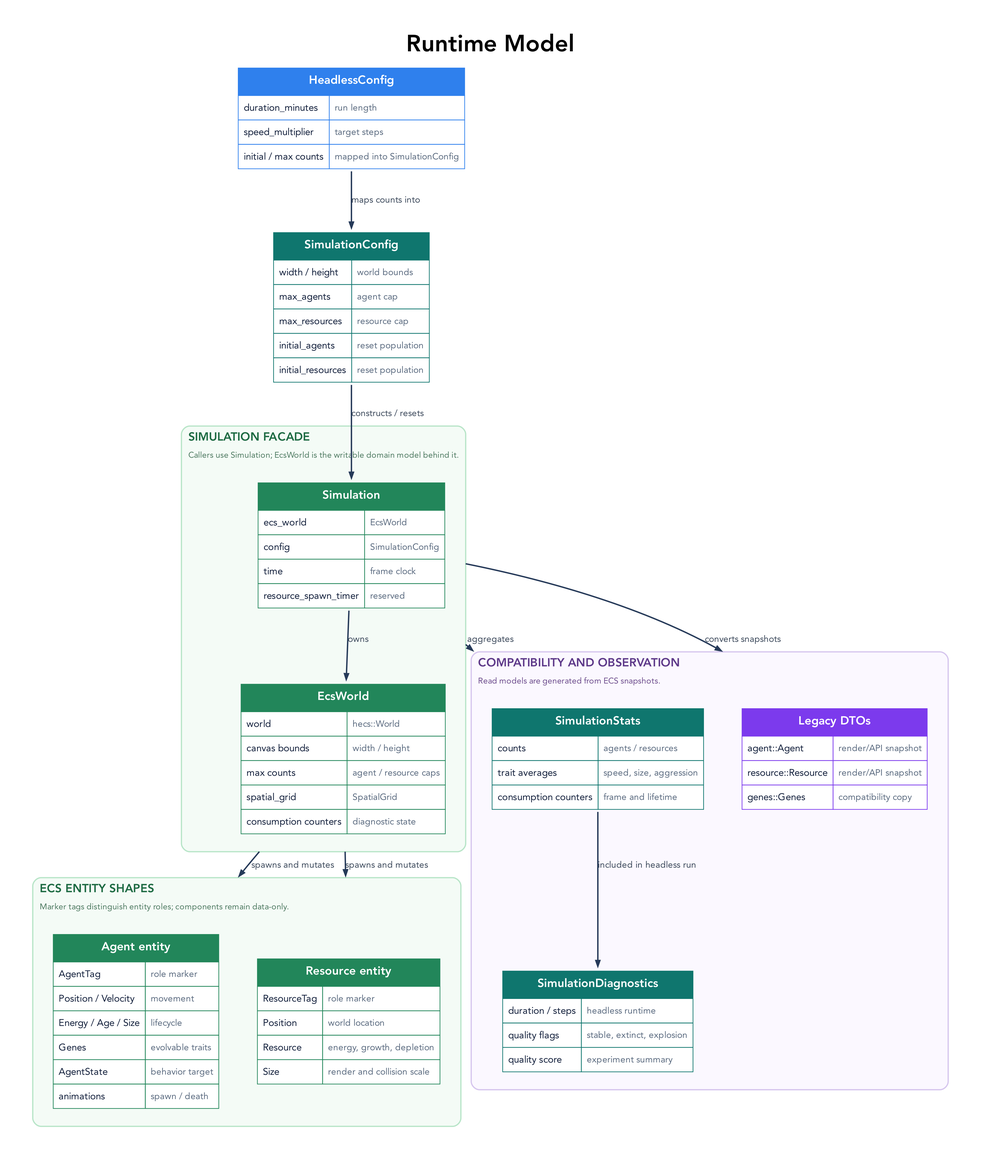
tre-systems/evo-1 keeps this Graphviz diagram as docs/diagrams/runtime-model.png. Above is the earlier version. Its source is kept beside it as docs/diagrams/runtime-model.dot.
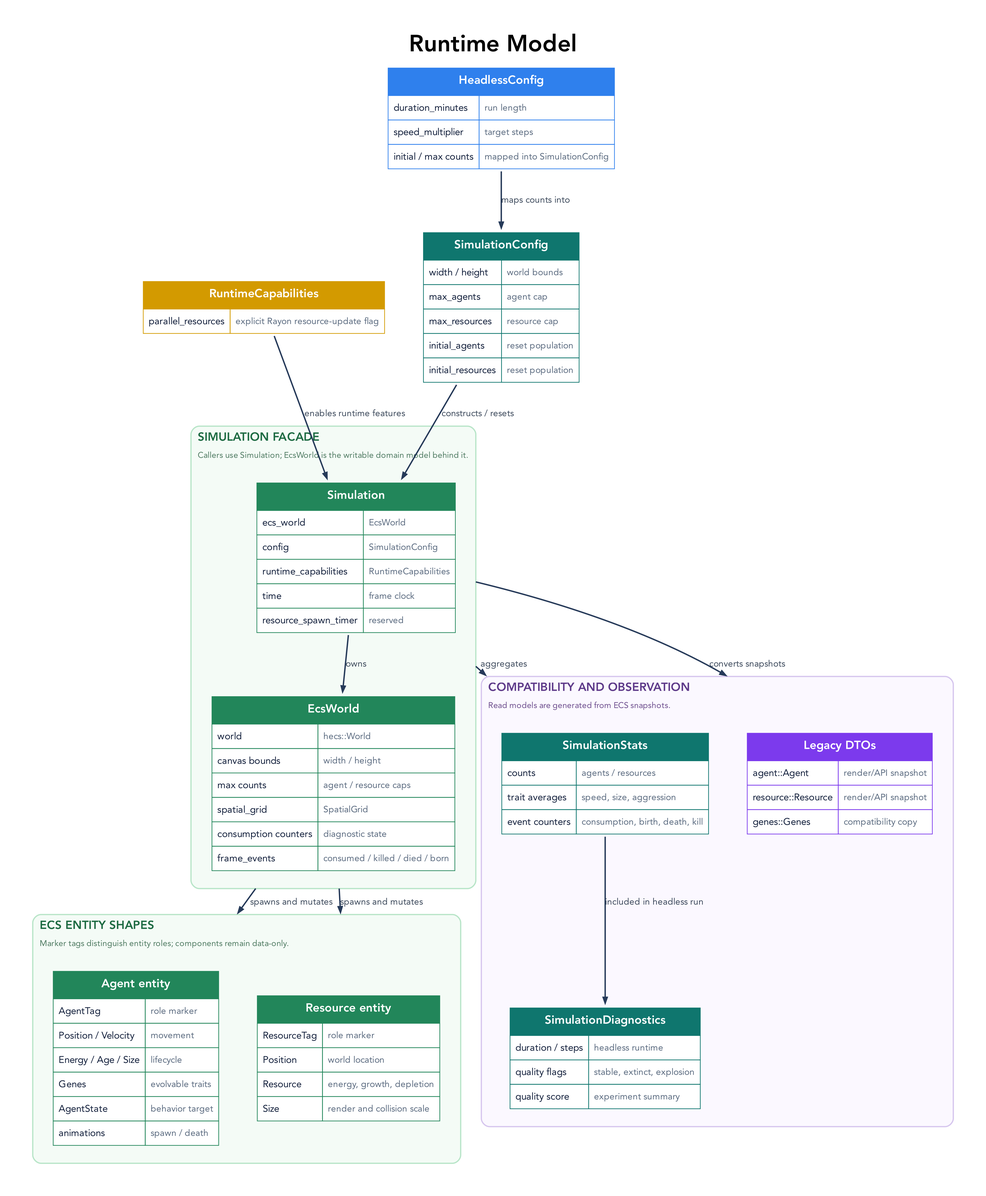
Later version of the same file.

Change to the diagram source:
```diff
@@ -55,6 +55,13 @@
     </TABLE>
   >];
 
+  runtime_capabilities [label=<
+    <TABLE BORDER="0" CELLBORDER="1" CELLSPACING="0" CELLPADDING="7" BGCOLOR="#ffffff" COLOR="#d39a00">
+      <TR><TD COLSPAN="2" BGCOLOR="#d39a00"><FONT COLOR="#ffffff" POINT-SIZE="17"><B>RuntimeCapabilities</B></FONT></TD></TR>
+      <TR><TD ALIGN="LEFT"><FONT POINT-SIZE="14">parallel_resources</FONT></TD><TD ALIGN="LEFT"><FONT POINT-SIZE="13" COLOR="#5b6b80">explicit Rayon resource-update flag</FONT></TD></TR>
+    </TABLE>
+  >];
+
   subgraph cluster_simulation {
     graph [
       label=<
@@ -77,6 +84,7 @@
         <TR><TD COLSPAN="2" BGCOLOR="#22865a"><FONT COLOR="#ffffff" POINT-SIZE="17"><B>Simulation</B></FONT></TD></TR>
         <TR><TD ALIGN="LEFT"><FONT POINT-SIZE="14">ecs_world</FONT></TD><TD ALIGN="LEFT"><FONT POINT-SIZE="13" COLOR="#5b6b80">EcsWorld</FONT></TD></TR>
         <TR><TD ALIGN="LEFT"><FONT POINT-SIZE="14">config</FONT></TD><TD ALIGN="LEFT"><FONT POINT-SIZE="13" COLOR="#5b6b80">SimulationConfig</FONT></TD></TR>
+        <TR><TD ALIGN="LEFT"><FONT POINT-SIZE="14">runtime_capabilities</FONT></TD><TD ALIGN="LEFT"><FONT POINT-SIZE="13" COLOR="#5b6b80">RuntimeCapabilities</FONT></TD></TR>
         <TR><TD ALIGN="LEFT"><FONT POINT-SIZE="14">time</FONT></TD><TD ALIGN="LEFT"><FONT POINT-SIZE="13" COLOR="#5b6b80">frame clock</FONT></TD></TR>
         <TR><TD ALIGN="LEFT"><FONT POINT-SIZE="14">resource_spawn_timer</FONT></TD><TD ALIGN="LEFT"><FONT POINT-SIZE="13" COLOR="#5b6b80">reserved</FONT></TD></TR>
       </TABLE>
@@ -90,6 +98,7 @@
         <TR><TD ALIGN="LEFT"><FONT POINT-SIZE="14">max counts</FONT></TD><TD ALIGN="LEFT"><FONT POINT-SIZE="13" COLOR="#5b6b80">agent / resource caps</FONT></TD></TR>
         <TR><TD ALIGN="LEFT"><FONT POINT-SIZE="14">spatial_grid</FONT></TD><TD ALIGN="LEFT"><FONT POINT-SIZE="13" COLOR="#5b6b80">SpatialGrid</FONT></TD></TR>
         <TR><TD ALIGN="LEFT"><FONT POINT-SIZE="14">consumption counters</FONT></TD><TD ALIGN="LEFT"><FONT POINT-SIZE="13" COLOR="#5b6b80">diagnostic state</FONT></TD></TR>
+        <TR><TD ALIGN="LEFT"><FONT POINT-SIZE="14">frame_events</FONT></TD><TD ALIGN="LEFT"><FONT POINT-SIZE="13" COLOR="#5b6b80">consumed / killed / died / born</FONT></TD></TR>
       </TABLE>
     >];
   }
@@ -156,7 +165,7 @@
         <TR><TD COLSPAN="2" BGCOLOR="#0f766e"><FONT COLOR="#ffffff" POINT-SIZE="17"><B>SimulationStats</B></FONT></TD></TR>
         <TR><TD ALIGN="LEFT"><FONT POINT-SIZE="14">counts</FONT></TD><TD ALIGN="LEFT"><FONT POINT-SIZE="13" COLOR="#5b6b80">agents / resources</FONT></TD></TR>
         <TR><TD ALIGN="LEFT"><FONT POINT-SIZE="14">trait averages</FONT></TD><TD ALIGN="LEFT"><FONT POINT-SIZE="13" COLOR="#5b6b80">speed, size, aggression</FONT></TD></TR>
-        <TR><TD ALIGN="LEFT"><FONT POINT-SIZE="14">consumption counters</FONT></TD><TD ALIGN="LEFT"><FONT POINT-SIZE="13" COLOR="#5b6b80">frame and lifetime</FONT></TD></TR>
+        <TR><TD ALIGN="LEFT"><FONT POINT-SIZE="14">event counters</FONT></TD><TD ALIGN="LEFT"><FONT POINT-SIZE="13" COLOR="#5b6b80">consumption, birth, death, kill</FONT></TD></TR>
       </TABLE>
     >];
 
@@ -181,6 +190,7 @@
 
   headless_config -> simulation_config [label="maps counts into"];
   simulation_config -> simulation [label="constructs / resets"];
+  runtime_capabilities -> simulation [label="enables runtime features"];
   simulation -> ecs_world [lhead=cluster_simulation, label="owns"];
   ecs_world -> agent_entity [ltail=cluster_simulation, lhead=cluster_entities, label="spawns and mutates"];
   ecs_world -> resource_entity [ltail=cluster_simulation, lhead=cluster_entities, label="spawns and mutates"];
```
